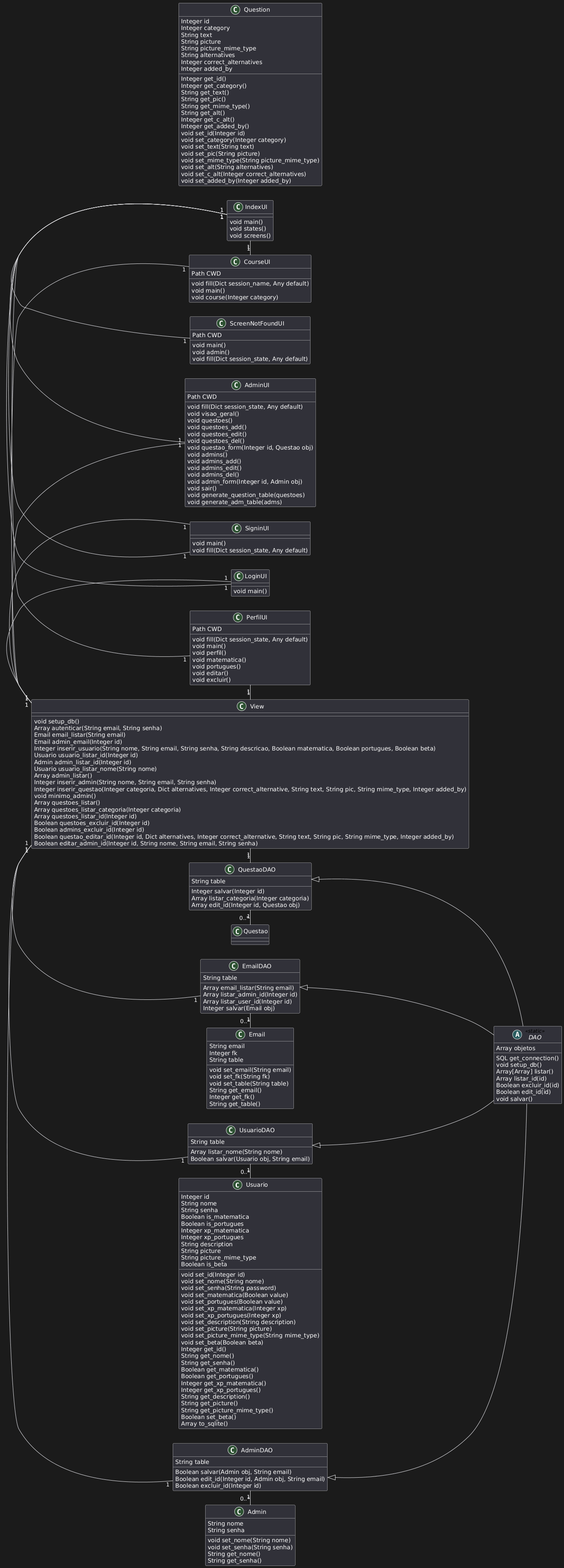
This is docs/diagrama-de-classes/classes.png from Isaque-Ias/Trabalho-Final-APOO, a PlantUML export, as it was before one commit. Source of this version:
```plantuml
@startuml
left to right direction
class Usuario {
Integer id
String nome
String senha
Boolean is_matematica
Boolean is_portugues
Integer xp_matematica
Integer xp_portugues
String description
String picture
String picture_mime_type
Boolean is_beta
void set_id(Integer id)
void set_nome(String nome)
void set_senha(String password)
void set_matematica(Boolean value)
void set_portugues(Boolean value)
void set_xp_matematica(Integer xp)
void set_xp_portugues(Integer xp)
void set_description(String description)
void set_picture(String picture)
void set_picture_mime_type(String mime_type)
void set_beta(Boolean beta)
Integer get_id()
String get_nome()
String get_senha()
Boolean get_matematica()
Boolean get_portugues()
Integer get_xp_matematica()
Integer get_xp_portugues()
String get_description()
String get_picture()
String get_picture_mime_type()
Boolean set_beta()
Array to_sqlite()
}
class Admin {
String nome
String senha
void set_nome(String nome)
void set_senha(String senha)
String get_nome()
String get_senha()
}
class Question {
Integer id
Integer category
String text
String picture
String picture_mime_type
String alternatives
Integer correct_alternatives
Integer added_by
Integer get_id()
Integer get_category()
String get_text()
String get_pic()
String get_mime_type()
String get_alt()
Integer get_c_alt()
Integer get_added_by()
void set_id(Integer id)
void set_category(Integer category)
void set_text(String text)
void set_pic(String picture)
void set_mime_type(String picture_mime_type)
void set_alt(String alternatives)
void set_c_alt(Integer correct_alternatives)
void set_added_by(Integer added_by)
}
class Email {
String email
Integer fk
String table
void set_email(String email)
void set_fk(String fk)
void set_table(String table)
String get_email()
Integer get_fk()
String get_table()
}
abstract class "DAO" <<static>> {
Array objetos
SQL get_connection()
void setup_db()
Array[Array] listar()
Array listar_id(id)
Boolean excluir_id(id)
Boolean edit_id(id)
void salvar()
}
class UsuarioDAO {
String table
Array listar_nome(String nome)
Boolean salvar(Usuario obj, String email)
}
class EmailDAO {
String table
Array email_listar(String email)
Array listar_admin_id(Integer id)
Array listar_user_id(Integer id)
Integer salvar(Email obj)
}
class AdminDAO {
String table
Boolean salvar(Admin obj, String email)
Boolean edit_id(Integer id, Admin obj, String email)
Boolean excluir_id(Integer id)
}
class QuestaoDAO {
String table
Integer salvar(Integer id)
Array listar_categoria(Integer categoria)
Array edit_id(Integer id, Questao obj)
}

class View {
void setup_db()
Array autenticar(String email, String senha)
Email email_listar(String email)
Email admin_email(Integer id)
Integer inserir_usuario(String nome, String email, String senha, String descricao, Boolean matematica, Boolean portugues, Boolean beta)
Usuario usuario_listar_id(Integer id)
Admin admin_listar_id(Integer id)
Usuario usuario_listar_nome(String nome)
Array admin_listar()
Integer inserir_admin(String nome, String email, String senha)
Integer inserir_questao(Integer categoria, Dict alternatives, Integer correct_alternative, String text, String pic, String mime_type, Integer added_by)
void minimo_admin()
Array questoes_listar()
Array questoes_listar_categoria(Integer categoria)
Array questoes_listar_id(Integer id)
Boolean questoes_excluir_id(Integer id)
Boolean admins_excluir_id(Integer id)
Boolean questao_editar_id(Integer id, Dict alternatives, Integer correct_alternative, String text, String pic, String mime_type, Integer added_by)
Boolean editar_admin_id(Integer id, String nome, String email, String senha)
}

class IndexUI {
void main()
void states()
void screens()
}
class LoginUI {
void main()
}
class PerfilUI {
Path CWD
void fill(Dict session_state, Any default)
void main()
void perfil()
void matematica()
void portugues()
void editar()
void excluir()
}
class SigninUI {
void main()
void fill(Dict session_state, Any default)
}
class ScreenNotFoundUI {
Path CWD
void main()
void admin()
void fill(Dict session_state, Any default)
}
class AdminUI {
Path CWD
void fill(Dict session_state, Any default)
void visao_geral()
void questoes()
void questoes_add()
void questoes_edit()
void questoes_del()
void questao_form(Integer id, Questao obj)
void admins()
void admins_add()
void admins_edit()
void admins_del()
void admin_form(Integer id, Admin obj)
void sair()
void generate_question_table(questoes)
void generate_adm_table(adms)
}
class CourseUI {
Path CWD
void fill(Dict session_name, Any default)
void main()
void course(Integer category)
}
IndexUI "1" - "1" PerfilUI
IndexUI "1" - "1" LoginUI
IndexUI "1" - "1" SigninUI
IndexUI "1" - "1" AdminUI
IndexUI "1" - "1" ScreenNotFoundUI
IndexUI "1" - "1" CourseUI

SigninUI "1" - "1" View
PerfilUI "1" - "1" View
LoginUI "1" - "1" View
AdminUI "1" - "1" View
CourseUI "1" - "1" View

AdminDAO <|-- DAO
UsuarioDAO <|-- DAO
EmailDAO <|-- DAO
QuestaoDAO <|-- DAO

AdminDAO "1" - "0..*" Admin
UsuarioDAO "1" - "0..*" Usuario
EmailDAO "1" - "0..*" Email
QuestaoDAO "1" - "0..*" Questao


View "1" - "1" QuestaoDAO
View "1" - "1" UsuarioDAO
View "1" - "1" AdminDAO
View "1" - "1" EmailDAO
@enduml
```
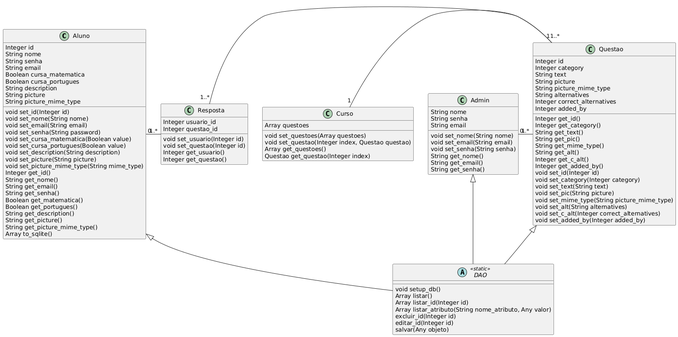
After the commit.

Commit message:
Diagrama concluído

What changed in the source:
```diff
@@ -1,50 +1,53 @@
 @startuml
-left to right direction
-class Usuario {
+class Aluno {
 Integer id
 String nome
 String senha
-Boolean is_matematica
-Boolean is_portugues
-Integer xp_matematica
-Integer xp_portugues
+String email
+Boolean cursa_matematica
+Boolean cursa_portugues
 String description
 String picture
 String picture_mime_type
-Boolean is_beta
 void set_id(Integer id)
 void set_nome(String nome)
+void set_email(String email)
 void set_senha(String password)
-void set_matematica(Boolean value)
-void set_portugues(Boolean value)
-void set_xp_matematica(Integer xp)
-void set_xp_portugues(Integer xp)
+void set_cursa_matematica(Boolean value)
+void set_cursa_portugues(Boolean value)
 void set_description(String description)
 void set_picture(String picture)
 void set_picture_mime_type(String mime_type)
-void set_beta(Boolean beta)
 Integer get_id()
 String get_nome()
+String get_email()
 String get_senha()
 Boolean get_matematica()
 Boolean get_portugues()
-Integer get_xp_matematica()
-Integer get_xp_portugues()
 String get_description()
 String get_picture()
 String get_picture_mime_type()
-Boolean set_beta()
 Array to_sqlite()
 }
 class Admin {
 String nome
 String senha
+String email
 void set_nome(String nome)
+void set_email(String email)
 void set_senha(String senha)
 String get_nome()
+String get_email()
 String get_senha()
 }
-class Question {
+class Curso {
+Array questoes
+void set_questoes(Array questoes)
+void set_questao(Integer index, Questao questao)
+Array get_questoes()
+Questao get_questao(Integer index)
+}
+class Questao {
 Integer id
 Integer category
 String text
@@ -70,152 +73,30 @@
 void set_c_alt(Integer correct_alternatives)
 void set_added_by(Integer added_by)
 }
-class Email {
-String email
-Integer fk
-String table
-void set_email(String email)
-void set_fk(String fk)
-void set_table(String table)
-String get_email()
-Integer get_fk()
-String get_table()
+class Resposta {
+Integer usuario_id
+Integer questao_id
+void set_usuario(Integer id)
+void set_questao(Integer id)
+Integer get_usuario()
+Integer get_questao()
 }
-abstract class "DAO" <<static>> {
-Array objetos
-SQL get_connection()
+abstract class DAO <<static>> {
 void setup_db()
-Array[Array] listar()
-Array listar_id(id)
-Boolean excluir_id(id)
-Boolean edit_id(id)
-void salvar()
-}
-class UsuarioDAO {
-String table
-Array listar_nome(String nome)
-Boolean salvar(Usuario obj, String email)
-}
-class EmailDAO {
-String table
-Array email_listar(String email)
-Array listar_admin_id(Integer id)
-Array listar_user_id(Integer id)
-Integer salvar(Email obj)
-}
-class AdminDAO {
-String table
-Boolean salvar(Admin obj, String email)
-Boolean edit_id(Integer id, Admin obj, String email)
-Boolean excluir_id(Integer id)
-}
-class QuestaoDAO {
-String table
-Integer salvar(Integer id)
-Array listar_categoria(Integer categoria)
-Array edit_id(Integer id, Questao obj)
+Array listar()
+Array listar_id(Integer id)
+Array listar_atributo(String nome_atributo, Any valor)
+excluir_id(Integer id)
+editar_id(Integer id)
+salvar(Any objeto)
 }
 
-class View {
-void setup_db()
-Array autenticar(String email, String senha)
-Email email_listar(String email)
-Email admin_email(Integer id)
-Integer inserir_usuario(String nome, String email, String senha, String descricao, Boolean matematica, Boolean portugues, Boolean beta)
-Usuario usuario_listar_id(Integer id)
-Admin admin_listar_id(Integer id)
-Usuario usuario_listar_nome(String nome)
-Array admin_listar()
-Integer inserir_admin(String nome, String email, String senha)
-Integer inserir_questao(Integer categoria, Dict alternatives, Integer correct_alternative, String text, String pic, String mime_type, Integer added_by)
-void minimo_admin()
-Array questoes_listar()
-Array questoes_listar_categoria(Integer categoria)
-Array questoes_listar_id(Integer id)
-Boolean questoes_excluir_id(Integer id)
-Boolean admins_excluir_id(Integer id)
-Boolean questao_editar_id(Integer id, Dict alternatives, Integer correct_alternative, String text, String pic, String mime_type, Integer added_by)
-Boolean editar_admin_id(Integer id, String nome, String email, String senha)
-}
+Aluno <|-- DAO
+Admin <|-- DAO
+Questao <|-- DAO
 
-class IndexUI {
-void main()
-void states()
-void screens()
-}
-class LoginUI {
-void main()
-}
-class PerfilUI {
-Path CWD
-void fill(Dict session_state, Any default)
-void main()
-void perfil()
-void matematica()
-void portugues()
-void editar()
-void excluir()
-}
-class SigninUI {
-void main()
-void fill(Dict session_state, Any default)
-}
-class ScreenNotFoundUI {
-Path CWD
-void main()
-void admin()
-void fill(Dict session_state, Any default)
-}
-class AdminUI {
-Path CWD
-void fill(Dict session_state, Any default)
-void visao_geral()
-void questoes()
-void questoes_add()
-void questoes_edit()
-void questoes_del()
-void questao_form(Integer id, Questao obj)
-void admins()
-void admins_add()
-void admins_edit()
-void admins_del()
-void admin_form(Integer id, Admin obj)
-void sair()
-void generate_question_table(questoes)
-void generate_adm_table(adms)
-}
-class CourseUI {
-Path CWD
-void fill(Dict session_name, Any default)
-void main()
-void course(Integer category)
-}
-IndexUI "1" - "1" PerfilUI
-IndexUI "1" - "1" LoginUI
-IndexUI "1" - "1" SigninUI
-IndexUI "1" - "1" AdminUI
-IndexUI "1" - "1" ScreenNotFoundUI
-IndexUI "1" - "1" CourseUI
-
-SigninUI "1" - "1" View
-PerfilUI "1" - "1" View
-LoginUI "1" - "1" View
-AdminUI "1" - "1" View
-CourseUI "1" - "1" View
-
-AdminDAO <|-- DAO
-UsuarioDAO <|-- DAO
-EmailDAO <|-- DAO
-QuestaoDAO <|-- DAO
-
-AdminDAO "1" - "0..*" Admin
-UsuarioDAO "1" - "0..*" Usuario
-EmailDAO "1" - "0..*" Email
-QuestaoDAO "1" - "0..*" Questao
-
-
-View "1" - "1" QuestaoDAO
-View "1" - "1" UsuarioDAO
-View "1" - "1" AdminDAO
-View "1" - "1" EmailDAO
+Aluno "1" - "0..*" Resposta
+Curso "1" - "1..*" Questao
+Resposta "1..*" - "1" Questao
+Admin "1" - "0..*" Questao
 @enduml
```
